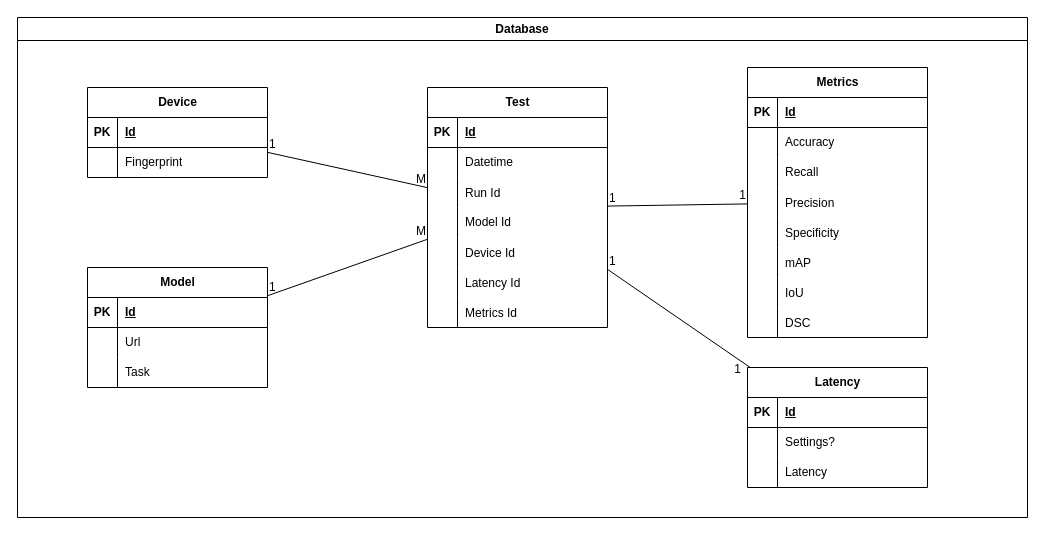
This is SystemDesign/Diagrams/xml/Database.drawio from ponik73/MasterThesis, a draw.io file, before an edit. Source tidied: cells renumbered, new cells numbered last; positions are measured from the earlier drawing's top-left corner, leaving out a move shared by most shapes. Both pictures are drawn from the tidied source at 100%, with x=0, y=0 at pixel (17, 17).
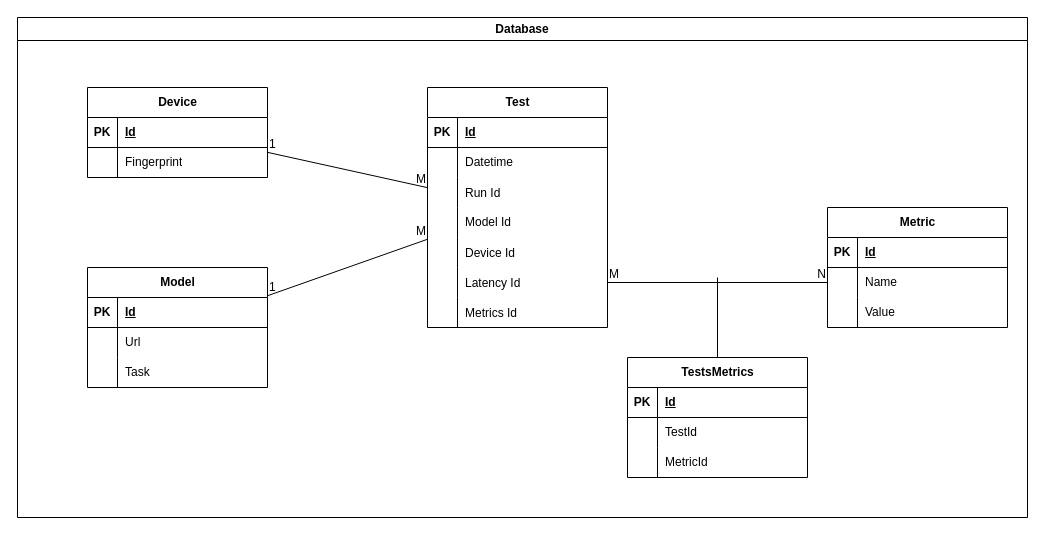
The same diagram, later.

Commit message (it also covers changes not shown here):
Database - Test Metrics M:N + updated pdf img

The change refers to these unchanged cells:
```xml
<mxCell id="2" value="Database" style="swimlane;whiteSpace=wrap;html=1;" parent="1" vertex="1">
  <mxGeometry width="1010" height="500" as="geometry" />
</mxCell>
<mxCell id="30" value="Test" style="shape=table;startSize=30;childLayout=tableLayout;rowLines=0;fontStyle=1;align=center;html=1;" parent="2" vertex="1">
  <mxGeometry x="410" y="70" width="180" height="240" as="geometry" />
</mxCell>
<mxCell id="46" style="shape=tableRow;horizontal=0;startSize=0;swimlaneHead=0;swimlaneBody=0;fillColor=none;points=[[0,0.5],[1,0.5]];portConstraint=eastwest;top=0;left=0;right=0;bottom=0;" parent="30" vertex="1">
  <mxGeometry y="180" width="180" height="30" as="geometry" />
</mxCell>
```

What changed in the source:
```diff
@@
-    <mxCell id="20" value="Latency" style="shape=table;startSize=30;childLayout=tableLayout;rowLines=0;fontStyle=1;align=center;html=1;" parent="2" vertex="1">
-      <mxGeometry x="730" y="350" width="180" height="120" as="geometry" />
-    </mxCell>
-    <mxCell id="21" style="shape=tableRow;horizontal=0;startSize=0;swimlaneHead=0;swimlaneBody=0;fillColor=none;top=0;left=0;right=0;bottom=1;" parent="20" vertex="1">
-      <mxGeometry y="30" width="180" height="30" as="geometry" />
-    </mxCell>
-    <mxCell id="22" value="PK" style="shape=partialRectangle;fillColor=none;top=0;left=0;bottom=0;right=0;fontStyle=1;overflow=hidden;whiteSpace=wrap;html=1;" parent="21" vertex="1">
-      <mxGeometry width="30" height="30" as="geometry" />
-    </mxCell>
-    <mxCell id="23" value="Id" style="shape=partialRectangle;fillColor=none;top=0;left=0;bottom=0;right=0;align=left;spacingLeft=6;fontStyle=5;overflow=hidden;whiteSpace=wrap;html=1;" parent="21" vertex="1">
-      <mxGeometry x="30" width="150" height="30" as="geometry" />
-    </mxCell>
-    <mxCell id="24" style="shape=tableRow;horizontal=0;startSize=0;swimlaneHead=0;swimlaneBody=0;fillColor=none;top=0;left=0;right=0;bottom=0;" parent="20" vertex="1">
-      <mxGeometry y="60" width="180" height="30" as="geometry" />
-    </mxCell>
-    <mxCell id="25" style="shape=partialRectangle;fillColor=none;top=0;left=0;bottom=0;right=0;overflow=hidden;whiteSpace=wrap;html=1;" parent="24" vertex="1">
-      <mxGeometry width="30" height="30" as="geometry" />
-    </mxCell>
-    <mxCell id="26" value="Settings?" style="shape=partialRectangle;fillColor=none;top=0;left=0;bottom=0;right=0;align=left;spacingLeft=6;overflow=hidden;whiteSpace=wrap;html=1;" parent="24" vertex="1">
-      <mxGeometry x="30" width="150" height="30" as="geometry" />
-    </mxCell>
-    <mxCell id="27" style="shape=tableRow;horizontal=0;startSize=0;swimlaneHead=0;swimlaneBody=0;fillColor=none;top=0;left=0;right=0;bottom=0;" parent="20" vertex="1">
-      <mxGeometry y="90" width="180" height="30" as="geometry" />
-    </mxCell>
-    <mxCell id="28" style="shape=partialRectangle;fillColor=none;top=0;left=0;bottom=0;right=0;overflow=hidden;whiteSpace=wrap;html=1;" parent="27" vertex="1">
-      <mxGeometry width="30" height="30" as="geometry" />
-    </mxCell>
-    <mxCell id="29" value="Latency" style="shape=partialRectangle;fillColor=none;top=0;left=0;bottom=0;right=0;align=left;spacingLeft=6;overflow=hidden;whiteSpace=wrap;html=1;" parent="27" vertex="1">
-      <mxGeometry x="30" width="150" height="30" as="geometry" />
-    </mxCell>
@@
-    <mxCell id="52" value="Metrics" style="shape=table;startSize=30;childLayout=tableLayout;rowLines=0;fontStyle=1;align=center;html=1;" parent="2" vertex="1">
-      <mxGeometry x="730" y="50" width="180" height="270" as="geometry" />
-    </mxCell>
-    <mxCell id="53" style="shape=tableRow;horizontal=0;startSize=0;swimlaneHead=0;swimlaneBody=0;fillColor=none;top=0;left=0;right=0;bottom=1;" parent="52" vertex="1">
-      <mxGeometry y="30" width="180" height="30" as="geometry" />
-    </mxCell>
-    <mxCell id="54" value="PK" style="shape=partialRectangle;fillColor=none;top=0;left=0;bottom=0;right=0;fontStyle=1;overflow=hidden;whiteSpace=wrap;html=1;" parent="53" vertex="1">
-      <mxGeometry width="30" height="30" as="geometry" />
-    </mxCell>
-    <mxCell id="55" value="Id" style="shape=partialRectangle;fillColor=none;top=0;left=0;bottom=0;right=0;align=left;spacingLeft=6;fontStyle=5;overflow=hidden;whiteSpace=wrap;html=1;" parent="53" vertex="1">
-      <mxGeometry x="30" width="150" height="30" as="geometry" />
-    </mxCell>
-    <mxCell id="56" style="shape=tableRow;horizontal=0;startSize=0;swimlaneHead=0;swimlaneBody=0;fillColor=none;top=0;left=0;right=0;bottom=0;" parent="52" vertex="1">
-      <mxGeometry y="60" width="180" height="30" as="geometry" />
-    </mxCell>
-    <mxCell id="57" style="shape=partialRectangle;fillColor=none;top=0;left=0;bottom=0;right=0;overflow=hidden;whiteSpace=wrap;html=1;" parent="56" vertex="1">
-      <mxGeometry width="30" height="30" as="geometry" />
-    </mxCell>
-    <mxCell id="58" value="Accuracy" style="shape=partialRectangle;fillColor=none;top=0;left=0;bottom=0;right=0;align=left;spacingLeft=6;overflow=hidden;whiteSpace=wrap;html=1;" parent="56" vertex="1">
-      <mxGeometry x="30" width="150" height="30" as="geometry" />
-    </mxCell>
-    <mxCell id="59" style="shape=tableRow;horizontal=0;startSize=0;swimlaneHead=0;swimlaneBody=0;fillColor=none;top=0;left=0;right=0;bottom=0;" parent="52" vertex="1">
-      <mxGeometry y="90" width="180" height="30" as="geometry" />
-    </mxCell>
-    <mxCell id="60" style="shape=partialRectangle;fillColor=none;top=0;left=0;bottom=0;right=0;overflow=hidden;whiteSpace=wrap;html=1;" parent="59" vertex="1">
-      <mxGeometry width="30" height="30" as="geometry" />
-    </mxCell>
-    <mxCell id="61" value="Recall" style="shape=partialRectangle;fillColor=none;top=0;left=0;bottom=0;right=0;align=left;spacingLeft=6;overflow=hidden;whiteSpace=wrap;html=1;" parent="59" vertex="1">
-      <mxGeometry x="30" width="150" height="30" as="geometry" />
-    </mxCell>
-    <mxCell id="62" style="shape=tableRow;horizontal=0;startSize=0;swimlaneHead=0;swimlaneBody=0;fillColor=none;top=0;left=0;right=0;bottom=0;" parent="52" vertex="1">
-      <mxGeometry y="120" width="180" height="30" as="geometry" />
-    </mxCell>
-    <mxCell id="63" style="shape=partialRectangle;fillColor=none;top=0;left=0;bottom=0;right=0;overflow=hidden;" parent="62" vertex="1">
-      <mxGeometry width="30" height="30" as="geometry" />
-    </mxCell>
-    <mxCell id="64" value="Precision" style="shape=partialRectangle;fillColor=none;top=0;left=0;bottom=0;right=0;align=left;spacingLeft=6;overflow=hidden;" parent="62" vertex="1">
-      <mxGeometry x="30" width="150" height="30" as="geometry" />
-    </mxCell>
-    <mxCell id="65" style="shape=tableRow;horizontal=0;startSize=0;swimlaneHead=0;swimlaneBody=0;fillColor=none;top=0;left=0;right=0;bottom=0;" parent="52" vertex="1">
-      <mxGeometry y="150" width="180" height="30" as="geometry" />
-    </mxCell>
-    <mxCell id="66" style="shape=partialRectangle;fillColor=none;top=0;left=0;bottom=0;right=0;overflow=hidden;" parent="65" vertex="1">
-      <mxGeometry width="30" height="30" as="geometry" />
-    </mxCell>
-    <mxCell id="67" value="Specificity" style="shape=partialRectangle;fillColor=none;top=0;left=0;bottom=0;right=0;align=left;spacingLeft=6;overflow=hidden;" parent="65" vertex="1">
-      <mxGeometry x="30" width="150" height="30" as="geometry" />
-    </mxCell>
-    <mxCell id="68" style="shape=tableRow;horizontal=0;startSize=0;swimlaneHead=0;swimlaneBody=0;fillColor=none;top=0;left=0;right=0;bottom=0;" parent="52" vertex="1">
-      <mxGeometry y="180" width="180" height="30" as="geometry" />
-    </mxCell>
-    <mxCell id="69" style="shape=partialRectangle;fillColor=none;top=0;left=0;bottom=0;right=0;overflow=hidden;" parent="68" vertex="1">
-      <mxGeometry width="30" height="30" as="geometry" />
-    </mxCell>
-    <mxCell id="70" value="mAP" style="shape=partialRectangle;fillColor=none;top=0;left=0;bottom=0;right=0;align=left;spacingLeft=6;overflow=hidden;" parent="68" vertex="1">
-      <mxGeometry x="30" width="150" height="30" as="geometry" />
-    </mxCell>
-    <mxCell id="71" style="shape=tableRow;horizontal=0;startSize=0;swimlaneHead=0;swimlaneBody=0;fillColor=none;top=0;left=0;right=0;bottom=0;" parent="52" vertex="1">
-      <mxGeometry y="210" width="180" height="30" as="geometry" />
-    </mxCell>
-    <mxCell id="72" style="shape=partialRectangle;fillColor=none;top=0;left=0;bottom=0;right=0;overflow=hidden;" parent="71" vertex="1">
-      <mxGeometry width="30" height="30" as="geometry" />
-    </mxCell>
-    <mxCell id="73" value="IoU" style="shape=partialRectangle;fillColor=none;top=0;left=0;bottom=0;right=0;align=left;spacingLeft=6;overflow=hidden;" parent="71" vertex="1">
-      <mxGeometry x="30" width="150" height="30" as="geometry" />
-    </mxCell>
-    <mxCell id="74" style="shape=tableRow;horizontal=0;startSize=0;swimlaneHead=0;swimlaneBody=0;fillColor=none;top=0;left=0;right=0;bottom=0;" parent="52" vertex="1">
-      <mxGeometry y="240" width="180" height="30" as="geometry" />
-    </mxCell>
-    <mxCell id="75" style="shape=partialRectangle;fillColor=none;top=0;left=0;bottom=0;right=0;overflow=hidden;" parent="74" vertex="1">
-      <mxGeometry width="30" height="30" as="geometry" />
-    </mxCell>
-    <mxCell id="76" value="DSC" style="shape=partialRectangle;fillColor=none;top=0;left=0;bottom=0;right=0;align=left;spacingLeft=6;overflow=hidden;" parent="74" vertex="1">
-      <mxGeometry x="30" width="150" height="30" as="geometry" />
-    </mxCell>
@@
-    <mxCell id="83" style="endArrow=none;html=1;rounded=0;" parent="2" edge="1" source="30" target="52">
-      <mxGeometry relative="1" as="geometry" />
-    </mxCell>
-    <mxCell id="84" value="1" style="html=1;whiteSpace=wrap;align=left;verticalAlign=bottom;" parent="83" vertex="1">
-      <mxGeometry x="-1" relative="1" as="geometry" />
-    </mxCell>
-    <mxCell id="85" value="1" style="html=1;whiteSpace=wrap;align=right;verticalAlign=bottom;" parent="83" vertex="1">
-      <mxGeometry x="1" relative="1" as="geometry" />
-    </mxCell>
-    <mxCell id="86" style="endArrow=none;html=1;rounded=0;" parent="2" edge="1" source="30" target="20">
-      <mxGeometry relative="1" as="geometry" />
-    </mxCell>
-    <mxCell id="87" value="1" style="html=1;whiteSpace=wrap;align=left;verticalAlign=bottom;" parent="86" vertex="1">
-      <mxGeometry x="-1" relative="1" as="geometry" />
-    </mxCell>
-    <mxCell id="88" value="1" style="html=1;whiteSpace=wrap;align=right;verticalAlign=bottom;" parent="86" vertex="1">
-      <mxGeometry x="1" relative="1" as="geometry">
-        <mxPoint x="-8" y="10" as="offset" />
-      </mxGeometry>
-    </mxCell>
+    <mxCell id="89" value="Metric" style="shape=table;startSize=30;childLayout=tableLayout;rowLines=0;fontStyle=1;align=center;html=1;" parent="2" vertex="1">
+      <mxGeometry x="810" y="190" width="180" height="120" as="geometry" />
+    </mxCell>
+    <mxCell id="90" style="shape=tableRow;horizontal=0;startSize=0;swimlaneHead=0;swimlaneBody=0;fillColor=none;top=0;left=0;right=0;bottom=1;" parent="89" vertex="1">
+      <mxGeometry y="30" width="180" height="30" as="geometry" />
+    </mxCell>
+    <mxCell id="91" value="PK" style="shape=partialRectangle;fillColor=none;top=0;left=0;bottom=0;right=0;fontStyle=1;overflow=hidden;whiteSpace=wrap;html=1;" parent="90" vertex="1">
+      <mxGeometry width="30" height="30" as="geometry" />
+    </mxCell>
+    <mxCell id="92" value="Id" style="shape=partialRectangle;fillColor=none;top=0;left=0;bottom=0;right=0;align=left;spacingLeft=6;fontStyle=5;overflow=hidden;whiteSpace=wrap;html=1;" parent="90" vertex="1">
+      <mxGeometry x="30" width="150" height="30" as="geometry" />
+    </mxCell>
+    <mxCell id="93" style="shape=tableRow;horizontal=0;startSize=0;swimlaneHead=0;swimlaneBody=0;fillColor=none;points=[[0,0.5],[1,0.5]];portConstraint=eastwest;top=0;left=0;right=0;bottom=0;" parent="89" vertex="1">
+      <mxGeometry y="60" width="180" height="30" as="geometry" />
+    </mxCell>
+    <mxCell id="94" style="shape=partialRectangle;fillColor=none;top=0;left=0;bottom=0;right=0;overflow=hidden;whiteSpace=wrap;html=1;" parent="93" vertex="1">
+      <mxGeometry width="30" height="30" as="geometry" />
+    </mxCell>
+    <mxCell id="95" value="Name" style="shape=partialRectangle;fillColor=none;top=0;left=0;bottom=0;right=0;align=left;spacingLeft=6;overflow=hidden;whiteSpace=wrap;html=1;" parent="93" vertex="1">
+      <mxGeometry x="30" width="150" height="30" as="geometry" />
+    </mxCell>
+    <mxCell id="96" style="shape=tableRow;horizontal=0;startSize=0;swimlaneHead=0;swimlaneBody=0;fillColor=none;top=0;left=0;right=0;bottom=0;" parent="89" vertex="1">
+      <mxGeometry y="90" width="180" height="30" as="geometry" />
+    </mxCell>
+    <mxCell id="97" style="shape=partialRectangle;fillColor=none;top=0;left=0;bottom=0;right=0;overflow=hidden;whiteSpace=wrap;html=1;" parent="96" vertex="1">
+      <mxGeometry width="30" height="30" as="geometry" />
+    </mxCell>
+    <mxCell id="98" value="Value" style="shape=partialRectangle;fillColor=none;top=0;left=0;bottom=0;right=0;align=left;spacingLeft=6;overflow=hidden;whiteSpace=wrap;html=1;" parent="96" vertex="1">
+      <mxGeometry x="30" width="150" height="30" as="geometry" />
+    </mxCell>
+    <mxCell id="99" value="TestsMetrics" style="shape=table;startSize=30;childLayout=tableLayout;rowLines=0;fontStyle=1;align=center;html=1;" parent="2" vertex="1">
+      <mxGeometry x="610" y="340" width="180" height="120" as="geometry" />
+    </mxCell>
+    <mxCell id="100" style="shape=tableRow;horizontal=0;startSize=0;swimlaneHead=0;swimlaneBody=0;fillColor=none;top=0;left=0;right=0;bottom=1;" parent="99" vertex="1">
+      <mxGeometry y="30" width="180" height="30" as="geometry" />
+    </mxCell>
+    <mxCell id="101" value="PK" style="shape=partialRectangle;fillColor=none;top=0;left=0;bottom=0;right=0;fontStyle=1;overflow=hidden;whiteSpace=wrap;html=1;" parent="100" vertex="1">
+      <mxGeometry width="30" height="30" as="geometry" />
+    </mxCell>
+    <mxCell id="102" value="Id" style="shape=partialRectangle;fillColor=none;top=0;left=0;bottom=0;right=0;align=left;spacingLeft=6;fontStyle=5;overflow=hidden;whiteSpace=wrap;html=1;" parent="100" vertex="1">
+      <mxGeometry x="30" width="150" height="30" as="geometry" />
+    </mxCell>
+    <mxCell id="103" style="shape=tableRow;horizontal=0;startSize=0;swimlaneHead=0;swimlaneBody=0;fillColor=none;top=0;left=0;right=0;bottom=0;" parent="99" vertex="1">
+      <mxGeometry y="60" width="180" height="30" as="geometry" />
+    </mxCell>
+    <mxCell id="104" style="shape=partialRectangle;fillColor=none;top=0;left=0;bottom=0;right=0;overflow=hidden;whiteSpace=wrap;html=1;" parent="103" vertex="1">
+      <mxGeometry width="30" height="30" as="geometry" />
+    </mxCell>
+    <mxCell id="105" value="TestId" style="shape=partialRectangle;fillColor=none;top=0;left=0;bottom=0;right=0;align=left;spacingLeft=6;overflow=hidden;whiteSpace=wrap;html=1;" parent="103" vertex="1">
+      <mxGeometry x="30" width="150" height="30" as="geometry" />
+    </mxCell>
+    <mxCell id="106" style="shape=tableRow;horizontal=0;startSize=0;swimlaneHead=0;swimlaneBody=0;fillColor=none;top=0;left=0;right=0;bottom=0;" parent="99" vertex="1">
+      <mxGeometry y="90" width="180" height="30" as="geometry" />
+    </mxCell>
+    <mxCell id="107" style="shape=partialRectangle;fillColor=none;top=0;left=0;bottom=0;right=0;overflow=hidden;whiteSpace=wrap;html=1;" parent="106" vertex="1">
+      <mxGeometry width="30" height="30" as="geometry" />
+    </mxCell>
+    <mxCell id="108" value="MetricId" style="shape=partialRectangle;fillColor=none;top=0;left=0;bottom=0;right=0;align=left;spacingLeft=6;overflow=hidden;whiteSpace=wrap;html=1;" parent="106" vertex="1">
+      <mxGeometry x="30" width="150" height="30" as="geometry" />
+    </mxCell>
+    <mxCell id="109" style="endArrow=none;html=1;rounded=0;exitX=1;exitY=0.5;exitDx=0;exitDy=0;entryX=0;entryY=0.5;entryDx=0;entryDy=0;" parent="2" edge="1" source="46" target="93">
+      <mxGeometry relative="1" as="geometry" />
+    </mxCell>
+    <mxCell id="110" value="M" style="html=1;whiteSpace=wrap;align=left;verticalAlign=bottom;" parent="109" vertex="1">
+      <mxGeometry x="-1" relative="1" as="geometry" />
+    </mxCell>
+    <mxCell id="111" value="N" style="html=1;whiteSpace=wrap;align=right;verticalAlign=bottom;" parent="109" vertex="1">
+      <mxGeometry x="1" relative="1" as="geometry" />
+    </mxCell>
+    <mxCell id="112" style="endArrow=none;html=1;rounded=0;entryX=0.5;entryY=0;entryDx=0;entryDy=0;" parent="1" edge="1" target="99">
+      <mxGeometry relative="1" as="geometry">
+        <mxPoint x="700" y="260" as="sourcePoint" />
+      </mxGeometry>
+    </mxCell>
```
